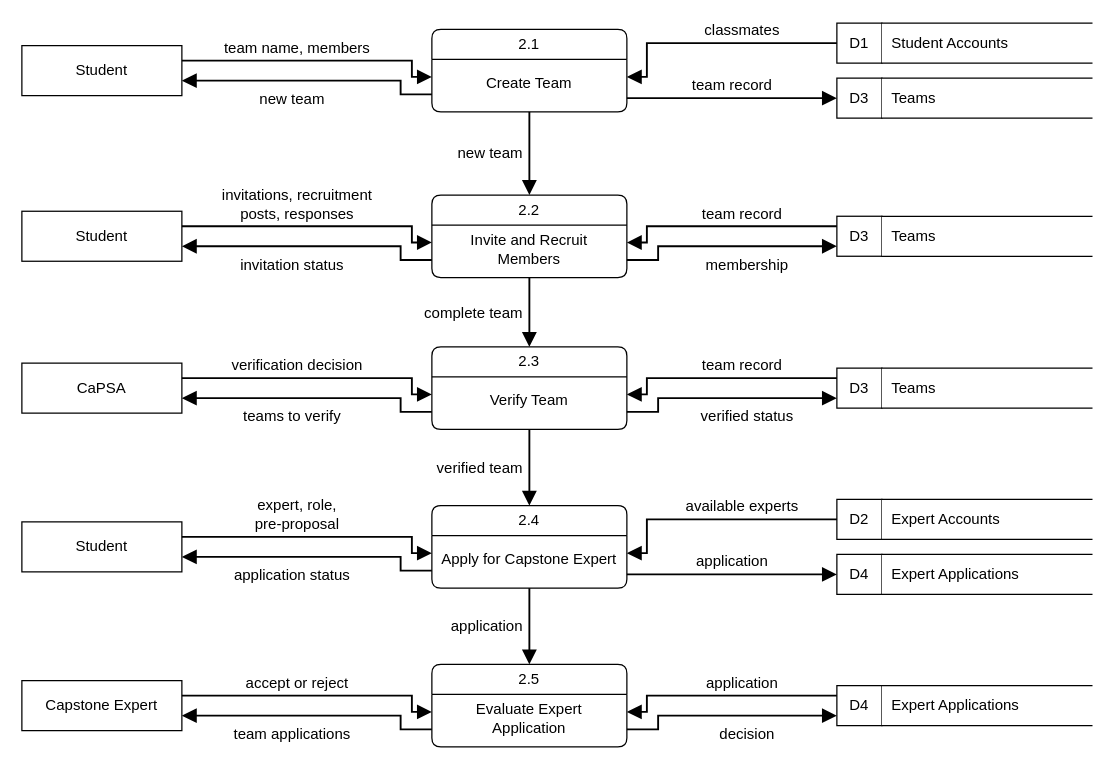
Earlier version of the draw.io diagram page "DFD Level 1 - 2.0 Manage Teams and Expert Applications" (5 of 16) of docs/diagrams/capstrack-diagrams-all.drawio (M21thony/capstrack). Source tidied: cells renumbered, new cells numbered last; positions are measured from the earlier drawing's top-left corner, leaving out a move shared by most shapes. Both pictures are drawn from the tidied source at 125%, with x=0, y=0 at pixel (21, 22).
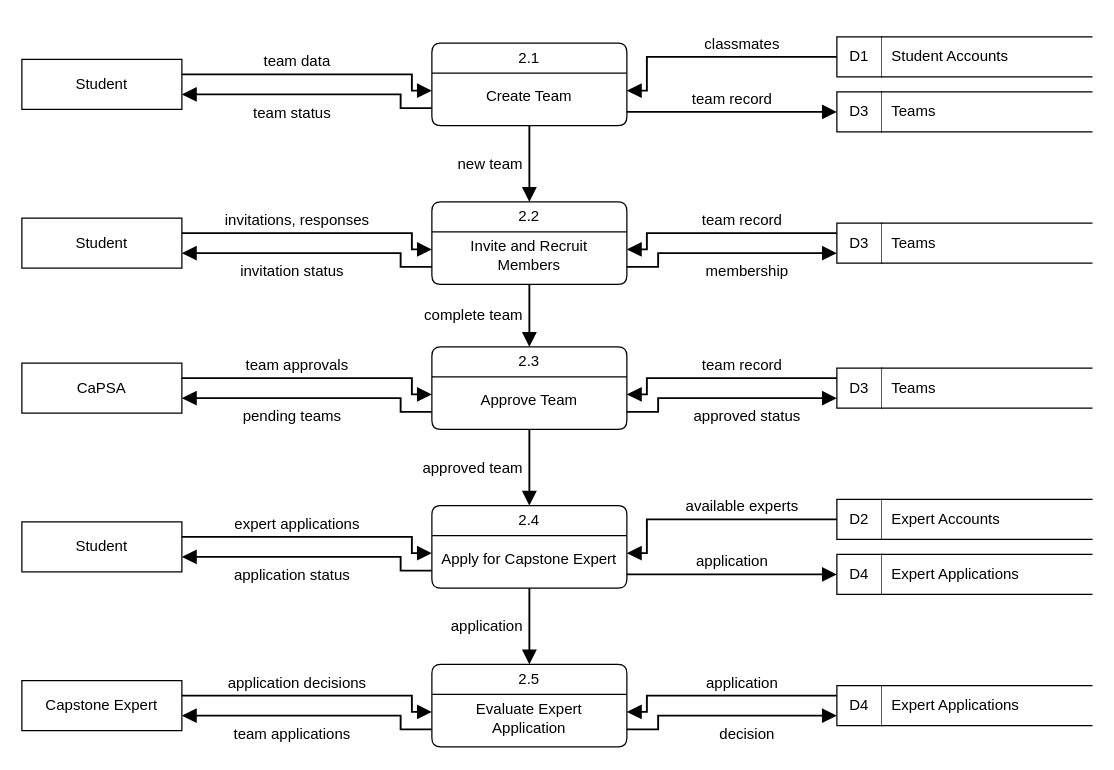
Above is the later version.

Unchanged cells that the change refers to:
```xml
<mxCell id="25" value="CaPSA" style="rounded=0;whiteSpace=wrap;html=1;fillColor=#ffffff;fontSize=12;strokeColor=#000000;fontFamily=Helvetica;fontColor=#000000;" parent="1" vertex="1">
  <mxGeometry y="272" width="128" height="40" as="geometry" />
</mxCell>
<mxCell id="26" style="rounded=0;html=1;fillColor=none;strokeColor=none;fontSize=12;" parent="1" vertex="1">
  <mxGeometry x="652" y="276" width="204" height="32" as="geometry" />
</mxCell>
<mxCell id="29" value="2.3" style="swimlane;shape=swimlane;rounded=1;arcSize=10;startSize=24;html=1;whiteSpace=wrap;fillColor=#ffffff;swimlaneFillColor=#ffffff;fontStyle=0;fontSize=12;strokeColor=#000000;fontFamily=Helvetica;fontColor=#000000;" parent="1" vertex="1">
  <mxGeometry x="328" y="259" width="156" height="66" as="geometry" />
</mxCell>
<mxCell id="35" value="Student" style="rounded=0;whiteSpace=wrap;html=1;fillColor=#ffffff;fontSize=12;strokeColor=#000000;fontFamily=Helvetica;fontColor=#000000;" parent="1" vertex="1">
  <mxGeometry y="399" width="128" height="40" as="geometry" />
</mxCell>
<mxCell id="42" value="2.4" style="swimlane;shape=swimlane;rounded=1;arcSize=10;startSize=24;html=1;whiteSpace=wrap;fillColor=#ffffff;swimlaneFillColor=#ffffff;fontStyle=0;fontSize=12;strokeColor=#000000;fontFamily=Helvetica;fontColor=#000000;" parent="1" vertex="1">
  <mxGeometry x="328" y="386" width="156" height="66" as="geometry" />
</mxCell>
<mxCell id="48" value="Capstone Expert" style="rounded=0;whiteSpace=wrap;html=1;fillColor=#ffffff;fontSize=12;strokeColor=#000000;fontFamily=Helvetica;fontColor=#000000;" parent="1" vertex="1">
  <mxGeometry y="526" width="128" height="40" as="geometry" />
</mxCell>
<mxCell id="52" value="2.5" style="swimlane;shape=swimlane;rounded=1;arcSize=10;startSize=24;html=1;whiteSpace=wrap;fillColor=#ffffff;swimlaneFillColor=#ffffff;fontStyle=0;fontSize=12;strokeColor=#000000;fontFamily=Helvetica;fontColor=#000000;" parent="1" vertex="1">
  <mxGeometry x="328" y="513" width="156" height="66" as="geometry" />
</mxCell>
```

What changed in the source:
```diff
@@
     <mxCell id="2" value="Student" style="rounded=0;whiteSpace=wrap;html=1;fillColor=#ffffff;fontSize=12;strokeColor=#000000;fontFamily=Helvetica;fontColor=#000000;" parent="1" vertex="1">
-      <mxGeometry y="18" width="128" height="40" as="geometry" />
+      <mxGeometry y="29" width="128" height="40" as="geometry" />
     </mxCell>
     <mxCell id="3" style="rounded=0;html=1;fillColor=none;strokeColor=none;fontSize=12;" parent="1" vertex="1">
-      <mxGeometry x="652" width="204" height="32" as="geometry" />
+      <mxGeometry x="652" y="11" width="204" height="32" as="geometry" />
     </mxCell>
@@
     <mxCell id="6" style="rounded=0;html=1;fillColor=none;strokeColor=none;fontSize=12;" parent="1" vertex="1">
-      <mxGeometry x="652" y="44" width="204" height="32" as="geometry" />
+      <mxGeometry x="652" y="55" width="204" height="32" as="geometry" />
     </mxCell>
@@
     <mxCell id="9" value="2.1" style="swimlane;shape=swimlane;rounded=1;arcSize=10;startSize=24;html=1;whiteSpace=wrap;fillColor=#ffffff;swimlaneFillColor=#ffffff;fontStyle=0;fontSize=12;strokeColor=#000000;fontFamily=Helvetica;fontColor=#000000;" parent="1" vertex="1">
-      <mxGeometry x="328" y="5" width="156" height="66" as="geometry" />
+      <mxGeometry x="328" y="16" width="156" height="66" as="geometry" />
     </mxCell>
@@
-    <mxCell id="11" value="team name, members" style="edgeStyle=orthogonalEdgeStyle;rounded=0;html=1;endArrow=block;endFill=1;endSize=8;strokeWidth=1.5;startArrow=none;strokeColor=#000000;fontFamily=Helvetica;fontColor=#000000;fontSize=12;labelBackgroundColor=#ffffff;verticalAlign=bottom;exitX=1;exitY=0.3;exitDx=0;exitDy=0;entryX=0;entryY=0.575758;entryDx=0;entryDy=0;" parent="1" edge="1" source="2" target="9">
+    <mxCell id="11" value="team data" style="edgeStyle=orthogonalEdgeStyle;rounded=0;html=1;endArrow=block;endFill=1;endSize=8;strokeWidth=1.5;startArrow=none;strokeColor=#000000;fontFamily=Helvetica;fontColor=#000000;fontSize=12;labelBackgroundColor=#ffffff;verticalAlign=bottom;exitX=1;exitY=0.3;exitDx=0;exitDy=0;entryX=0;entryY=0.575758;entryDx=0;entryDy=0;" parent="1" edge="1" source="2" target="9">
       <mxGeometry x="-0.14" relative="1" as="geometry">
         <Array as="points">
-          <mxPoint x="312" y="30" />
-          <mxPoint x="312" y="43" />
+          <mxPoint x="312" y="41" />
+          <mxPoint x="312" y="54" />
         </Array>
         <mxPoint y="-1" as="offset" />
       </mxGeometry>
     </mxCell>
-    <mxCell id="12" value="new team" style="edgeStyle=orthogonalEdgeStyle;rounded=0;html=1;endArrow=block;endFill=1;endSize=8;strokeWidth=1.5;startArrow=none;strokeColor=#000000;fontFamily=Helvetica;fontColor=#000000;fontSize=12;labelBackgroundColor=#ffffff;verticalAlign=top;exitX=0;exitY=0.787879;exitDx=0;exitDy=0;entryX=1;entryY=0.7;entryDx=0;entryDy=0;" parent="1" edge="1" source="9" target="2">
+    <mxCell id="12" value="team status" style="edgeStyle=orthogonalEdgeStyle;rounded=0;html=1;endArrow=block;endFill=1;endSize=8;strokeWidth=1.5;startArrow=none;strokeColor=#000000;fontFamily=Helvetica;fontColor=#000000;fontSize=12;labelBackgroundColor=#ffffff;verticalAlign=top;exitX=0;exitY=0.787879;exitDx=0;exitDy=0;entryX=1;entryY=0.7;entryDx=0;entryDy=0;" parent="1" edge="1" source="9" target="2">
       <mxGeometry x="0.17" relative="1" as="geometry">
         <Array as="points">
+          <mxPoint x="303" y="68" />
           <mxPoint x="303" y="57" />
-          <mxPoint x="303" y="46" />
         </Array>
         <mxPoint y="1" as="offset" />
       </mxGeometry>
     </mxCell>
     <mxCell id="13" value="classmates" style="edgeStyle=orthogonalEdgeStyle;rounded=0;html=1;endArrow=block;endFill=1;endSize=8;strokeWidth=1.5;startArrow=none;strokeColor=#000000;fontFamily=Helvetica;fontColor=#000000;fontSize=12;labelBackgroundColor=#ffffff;verticalAlign=bottom;exitX=0;exitY=0.5;exitDx=0;exitDy=0;entryX=1;entryY=0.575758;entryDx=0;entryDy=0;" parent="1" edge="1" source="3" target="9">
       <mxGeometry x="-0.22" relative="1" as="geometry">
         <Array as="points">
-          <mxPoint x="500" y="16" />
-          <mxPoint x="500" y="43" />
+          <mxPoint x="500" y="27" />
+          <mxPoint x="500" y="54" />
         </Array>
         <mxPoint y="-1" as="offset" />
       </mxGeometry>
     </mxCell>
@@
     <mxCell id="15" value="Student" style="rounded=0;whiteSpace=wrap;html=1;fillColor=#ffffff;fontSize=12;strokeColor=#000000;fontFamily=Helvetica;fontColor=#000000;" parent="1" vertex="1">
-      <mxGeometry y="150.5" width="128" height="40" as="geometry" />
+      <mxGeometry y="156" width="128" height="40" as="geometry" />
     </mxCell>
     <mxCell id="16" style="rounded=0;html=1;fillColor=none;strokeColor=none;fontSize=12;" parent="1" vertex="1">
-      <mxGeometry x="652" y="154.5" width="204" height="32" as="geometry" />
+      <mxGeometry x="652" y="160" width="204" height="32" as="geometry" />
     </mxCell>
@@
     <mxCell id="19" value="2.2" style="swimlane;shape=swimlane;rounded=1;arcSize=10;startSize=24;html=1;whiteSpace=wrap;fillColor=#ffffff;swimlaneFillColor=#ffffff;fontStyle=0;fontSize=12;strokeColor=#000000;fontFamily=Helvetica;fontColor=#000000;" parent="1" vertex="1">
-      <mxGeometry x="328" y="137.5" width="156" height="66" as="geometry" />
+      <mxGeometry x="328" y="143" width="156" height="66" as="geometry" />
     </mxCell>
@@
-    <mxCell id="21" value="invitations, recruitment&lt;br&gt;posts, responses" style="edgeStyle=orthogonalEdgeStyle;rounded=0;html=1;endArrow=block;endFill=1;endSize=8;strokeWidth=1.5;startArrow=none;strokeColor=#000000;fontFamily=Helvetica;fontColor=#000000;fontSize=12;labelBackgroundColor=#ffffff;verticalAlign=bottom;exitX=1;exitY=0.3;exitDx=0;exitDy=0;entryX=0;entryY=0.575758;entryDx=0;entryDy=0;" parent="1" edge="1" source="15" target="19">
+    <mxCell id="21" value="invitations, responses" style="edgeStyle=orthogonalEdgeStyle;rounded=0;html=1;endArrow=block;endFill=1;endSize=8;strokeWidth=1.5;startArrow=none;strokeColor=#000000;fontFamily=Helvetica;fontColor=#000000;fontSize=12;labelBackgroundColor=#ffffff;verticalAlign=bottom;exitX=1;exitY=0.3;exitDx=0;exitDy=0;entryX=0;entryY=0.575758;entryDx=0;entryDy=0;" parent="1" edge="1" source="15" target="19">
       <mxGeometry x="-0.14" relative="1" as="geometry">
         <Array as="points">
-          <mxPoint x="312" y="162.5" />
-          <mxPoint x="312" y="175.5" />
+          <mxPoint x="312" y="168" />
+          <mxPoint x="312" y="181" />
         </Array>
         <mxPoint y="-1" as="offset" />
       </mxGeometry>
     </mxCell>
     <mxCell id="22" value="invitation status" style="edgeStyle=orthogonalEdgeStyle;rounded=0;html=1;endArrow=block;endFill=1;endSize=8;strokeWidth=1.5;startArrow=none;strokeColor=#000000;fontFamily=Helvetica;fontColor=#000000;fontSize=12;labelBackgroundColor=#ffffff;verticalAlign=top;exitX=0;exitY=0.787879;exitDx=0;exitDy=0;entryX=1;entryY=0.7;entryDx=0;entryDy=0;" parent="1" edge="1" source="19" target="15">
       <mxGeometry x="0.17" relative="1" as="geometry">
         <Array as="points">
-          <mxPoint x="303" y="189.5" />
-          <mxPoint x="303" y="178.5" />
+          <mxPoint x="303" y="195" />
+          <mxPoint x="303" y="184" />
         </Array>
         <mxPoint y="1" as="offset" />
       </mxGeometry>
     </mxCell>
     <mxCell id="23" value="team record" style="edgeStyle=orthogonalEdgeStyle;rounded=0;html=1;endArrow=block;endFill=1;endSize=8;strokeWidth=1.5;startArrow=none;strokeColor=#000000;fontFamily=Helvetica;fontColor=#000000;fontSize=12;labelBackgroundColor=#ffffff;verticalAlign=bottom;exitX=0;exitY=0.25;exitDx=0;exitDy=0;entryX=1;entryY=0.575758;entryDx=0;entryDy=0;" parent="1" edge="1" source="16" target="19">
       <mxGeometry x="-0.16" relative="1" as="geometry">
         <Array as="points">
-          <mxPoint x="500" y="162.5" />
-          <mxPoint x="500" y="175.5" />
+          <mxPoint x="500" y="168" />
+          <mxPoint x="500" y="181" />
         </Array>
         <mxPoint y="-1" as="offset" />
       </mxGeometry>
     </mxCell>
     <mxCell id="24" value="membership" style="edgeStyle=orthogonalEdgeStyle;rounded=0;html=1;endArrow=block;endFill=1;endSize=8;strokeWidth=1.5;startArrow=none;strokeColor=#000000;fontFamily=Helvetica;fontColor=#000000;fontSize=12;labelBackgroundColor=#ffffff;verticalAlign=top;exitX=1;exitY=0.787879;exitDx=0;exitDy=0;entryX=0;entryY=0.75;entryDx=0;entryDy=0;" parent="1" edge="1" source="19" target="16">
       <mxGeometry x="0.2" relative="1" as="geometry">
         <Array as="points">
-          <mxPoint x="509" y="189.5" />
-          <mxPoint x="509" y="178.5" />
+          <mxPoint x="509" y="195" />
+          <mxPoint x="509" y="184" />
         </Array>
         <mxPoint y="1" as="offset" />
       </mxGeometry>
     </mxCell>
@@
-    <mxCell id="30" value="Verify Team" style="text;html=1;strokeColor=none;fillColor=none;align=center;verticalAlign=middle;whiteSpace=wrap;fontSize=12;fontFamily=Helvetica;fontColor=#000000;" parent="29" vertex="1">
+    <mxCell id="30" value="Approve Team" style="text;html=1;strokeColor=none;fillColor=none;align=center;verticalAlign=middle;whiteSpace=wrap;fontSize=12;fontFamily=Helvetica;fontColor=#000000;" parent="29" vertex="1">
       <mxGeometry x="6" y="24" width="144" height="38" as="geometry" />
     </mxCell>
-    <mxCell id="31" value="verification decision" style="edgeStyle=orthogonalEdgeStyle;rounded=0;html=1;endArrow=block;endFill=1;endSize=8;strokeWidth=1.5;startArrow=none;strokeColor=#000000;fontFamily=Helvetica;fontColor=#000000;fontSize=12;labelBackgroundColor=#ffffff;verticalAlign=bottom;exitX=1;exitY=0.3;exitDx=0;exitDy=0;entryX=0;entryY=0.575758;entryDx=0;entryDy=0;" parent="1" edge="1" source="25" target="29">
+    <mxCell id="31" value="team approvals" style="edgeStyle=orthogonalEdgeStyle;rounded=0;html=1;endArrow=block;endFill=1;endSize=8;strokeWidth=1.5;startArrow=none;strokeColor=#000000;fontFamily=Helvetica;fontColor=#000000;fontSize=12;labelBackgroundColor=#ffffff;verticalAlign=bottom;exitX=1;exitY=0.3;exitDx=0;exitDy=0;entryX=0;entryY=0.575758;entryDx=0;entryDy=0;" parent="1" edge="1" source="25" target="29">
       <mxGeometry x="-0.14" relative="1" as="geometry">
         <Array as="points">
           <mxPoint x="312" y="284" />
           <mxPoint x="312" y="297" />
         </Array>
         <mxPoint y="-1" as="offset" />
       </mxGeometry>
     </mxCell>
-    <mxCell id="32" value="teams to verify" style="edgeStyle=orthogonalEdgeStyle;rounded=0;html=1;endArrow=block;endFill=1;endSize=8;strokeWidth=1.5;startArrow=none;strokeColor=#000000;fontFamily=Helvetica;fontColor=#000000;fontSize=12;labelBackgroundColor=#ffffff;verticalAlign=top;exitX=0;exitY=0.787879;exitDx=0;exitDy=0;entryX=1;entryY=0.7;entryDx=0;entryDy=0;" parent="1" edge="1" source="29" target="25">
+    <mxCell id="32" value="pending teams" style="edgeStyle=orthogonalEdgeStyle;rounded=0;html=1;endArrow=block;endFill=1;endSize=8;strokeWidth=1.5;startArrow=none;strokeColor=#000000;fontFamily=Helvetica;fontColor=#000000;fontSize=12;labelBackgroundColor=#ffffff;verticalAlign=top;exitX=0;exitY=0.787879;exitDx=0;exitDy=0;entryX=1;entryY=0.7;entryDx=0;entryDy=0;" parent="1" edge="1" source="29" target="25">
       <mxGeometry x="0.17" relative="1" as="geometry">
         <Array as="points">
           <mxPoint x="303" y="311" />
           <mxPoint x="303" y="300" />
         </Array>
         <mxPoint y="1" as="offset" />
       </mxGeometry>
     </mxCell>
@@
-    <mxCell id="34" value="verified status" style="edgeStyle=orthogonalEdgeStyle;rounded=0;html=1;endArrow=block;endFill=1;endSize=8;strokeWidth=1.5;startArrow=none;strokeColor=#000000;fontFamily=Helvetica;fontColor=#000000;fontSize=12;labelBackgroundColor=#ffffff;verticalAlign=top;exitX=1;exitY=0.787879;exitDx=0;exitDy=0;entryX=0;entryY=0.75;entryDx=0;entryDy=0;" parent="1" edge="1" source="29" target="26">
+    <mxCell id="34" value="approved status" style="edgeStyle=orthogonalEdgeStyle;rounded=0;html=1;endArrow=block;endFill=1;endSize=8;strokeWidth=1.5;startArrow=none;strokeColor=#000000;fontFamily=Helvetica;fontColor=#000000;fontSize=12;labelBackgroundColor=#ffffff;verticalAlign=top;exitX=1;exitY=0.787879;exitDx=0;exitDy=0;entryX=0;entryY=0.75;entryDx=0;entryDy=0;" parent="1" edge="1" source="29" target="26">
       <mxGeometry x="0.2" relative="1" as="geometry">
         <Array as="points">
           <mxPoint x="509" y="311" />
           <mxPoint x="509" y="300" />
         </Array>
         <mxPoint y="1" as="offset" />
       </mxGeometry>
     </mxCell>
@@
-    <mxCell id="44" value="expert, role,&lt;br&gt;pre-proposal" style="edgeStyle=orthogonalEdgeStyle;rounded=0;html=1;endArrow=block;endFill=1;endSize=8;strokeWidth=1.5;startArrow=none;strokeColor=#000000;fontFamily=Helvetica;fontColor=#000000;fontSize=12;labelBackgroundColor=#ffffff;verticalAlign=bottom;exitX=1;exitY=0.3;exitDx=0;exitDy=0;entryX=0;entryY=0.575758;entryDx=0;entryDy=0;" parent="1" edge="1" source="35" target="42">
+    <mxCell id="44" value="expert applications" style="edgeStyle=orthogonalEdgeStyle;rounded=0;html=1;endArrow=block;endFill=1;endSize=8;strokeWidth=1.5;startArrow=none;strokeColor=#000000;fontFamily=Helvetica;fontColor=#000000;fontSize=12;labelBackgroundColor=#ffffff;verticalAlign=bottom;exitX=1;exitY=0.3;exitDx=0;exitDy=0;entryX=0;entryY=0.575758;entryDx=0;entryDy=0;" parent="1" edge="1" source="35" target="42">
       <mxGeometry x="-0.14" relative="1" as="geometry">
         <Array as="points">
           <mxPoint x="312" y="411" />
           <mxPoint x="312" y="424" />
         </Array>
         <mxPoint y="-1" as="offset" />
       </mxGeometry>
     </mxCell>
@@
-    <mxCell id="54" value="accept or reject" style="edgeStyle=orthogonalEdgeStyle;rounded=0;html=1;endArrow=block;endFill=1;endSize=8;strokeWidth=1.5;startArrow=none;strokeColor=#000000;fontFamily=Helvetica;fontColor=#000000;fontSize=12;labelBackgroundColor=#ffffff;verticalAlign=bottom;exitX=1;exitY=0.3;exitDx=0;exitDy=0;entryX=0;entryY=0.575758;entryDx=0;entryDy=0;" parent="1" edge="1" source="48" target="52">
+    <mxCell id="54" value="application decisions" style="edgeStyle=orthogonalEdgeStyle;rounded=0;html=1;endArrow=block;endFill=1;endSize=8;strokeWidth=1.5;startArrow=none;strokeColor=#000000;fontFamily=Helvetica;fontColor=#000000;fontSize=12;labelBackgroundColor=#ffffff;verticalAlign=bottom;exitX=1;exitY=0.3;exitDx=0;exitDy=0;entryX=0;entryY=0.575758;entryDx=0;entryDy=0;" parent="1" edge="1" source="48" target="52">
       <mxGeometry x="-0.14" relative="1" as="geometry">
         <Array as="points">
           <mxPoint x="312" y="538" />
           <mxPoint x="312" y="551" />
         </Array>
         <mxPoint y="-1" as="offset" />
       </mxGeometry>
     </mxCell>
@@
-    <mxCell id="60" value="verified team" style="edgeStyle=orthogonalEdgeStyle;rounded=0;html=1;endArrow=block;endFill=1;endSize=8;strokeWidth=1.5;startArrow=none;strokeColor=#000000;fontFamily=Helvetica;fontColor=#000000;fontSize=12;labelBackgroundColor=#ffffff;align=right;exitX=0.5;exitY=1;exitDx=0;exitDy=0;entryX=0.5;entryY=0;entryDx=0;entryDy=0;" parent="1" edge="1" source="29" target="42">
+    <mxCell id="60" value="approved team" style="edgeStyle=orthogonalEdgeStyle;rounded=0;html=1;endArrow=block;endFill=1;endSize=8;strokeWidth=1.5;startArrow=none;strokeColor=#000000;fontFamily=Helvetica;fontColor=#000000;fontSize=12;labelBackgroundColor=#ffffff;align=right;exitX=0.5;exitY=1;exitDx=0;exitDy=0;entryX=0.5;entryY=0;entryDx=0;entryDy=0;" parent="1" edge="1" source="29" target="42">
       <mxGeometry relative="1" as="geometry">
         <mxPoint x="-4" as="offset" />
       </mxGeometry>
     </mxCell>
```
